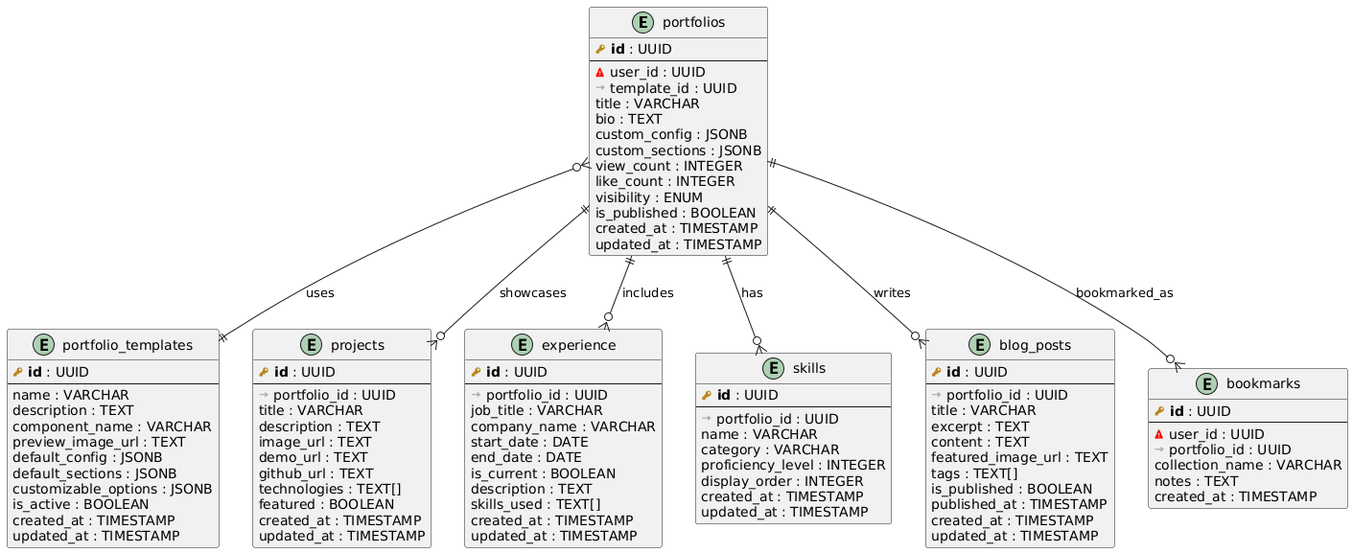
This is database/diagrams/portfolio_service_UML.png from Cognizant-Summer-Practice-2025/Cognizant-Summer-Practice, a PlantUML export, as it was before one commit.
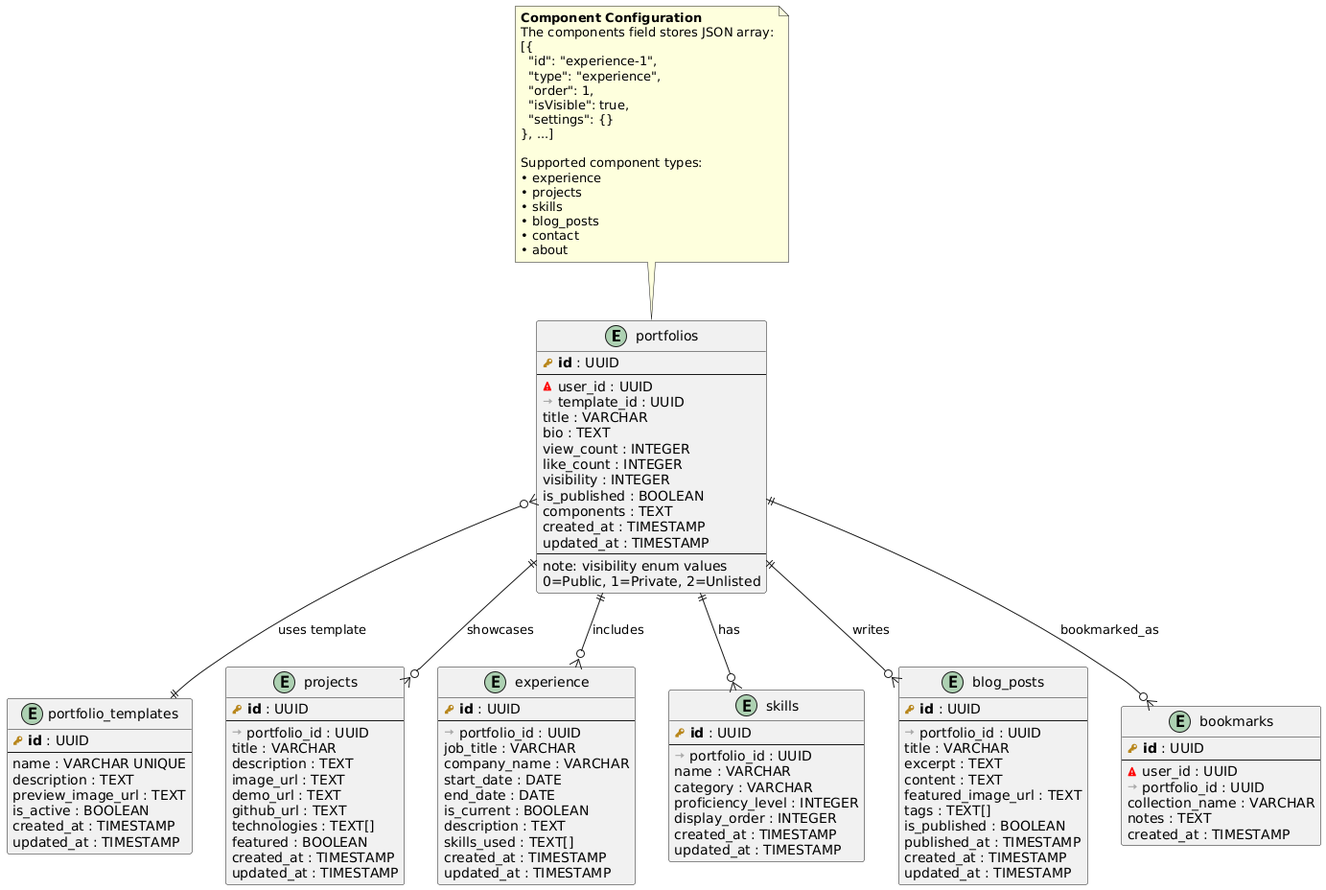
The same file after the commit.

Change to the diagram source:
```diff
@@ -2,6 +2,7 @@
 !define PRIMARY_KEY(x) <b><color:#b8861b><&key></color> x</b>
 !define FOREIGN_KEY(x) <color:#aaaaaa><&arrow-right></color> x
 !define EXTERNAL_REF(x) <color:#red><&warning></color> x
+
 
 entity "portfolios" as portfolios {
   PRIMARY_KEY(id) : UUID
@@ -10,26 +11,24 @@
   FOREIGN_KEY(template_id) : UUID
   title : VARCHAR
   bio : TEXT
-  custom_config : JSONB
-  custom_sections : JSONB
   view_count : INTEGER
   like_count : INTEGER
-  visibility : ENUM
+  visibility : INTEGER
   is_published : BOOLEAN
+  components : TEXT
   created_at : TIMESTAMP
   updated_at : TIMESTAMP
+  --
+  note: visibility enum values
+  0=Public, 1=Private, 2=Unlisted
 }
 
 entity "portfolio_templates" as templates {
   PRIMARY_KEY(id) : UUID
   --
-  name : VARCHAR
+  name : VARCHAR UNIQUE
   description : TEXT
-  component_name : VARCHAR
   preview_image_url : TEXT
-  default_config : JSONB
-  default_sections : JSONB
-  customizable_options : JSONB
   is_active : BOOLEAN
   created_at : TIMESTAMP
   updated_at : TIMESTAMP
@@ -102,7 +101,9 @@
   created_at : TIMESTAMP
 }
 
-portfolios }o--|| templates : "uses"
+note top of portfolios : **Component Configuration**\nThe components field stores JSON array:\n[{\n  "id": "experience-1",\n  "type": "experience",\n  "order": 1,\n  "isVisible": true,\n  "settings": {}\n}, ...]\n\nSupported component types:\n• experience\n• projects\n• skills\n• blog_posts\n• contact\n• about
+
+portfolios }o--|| templates : "uses template"
 portfolios ||--o{ projects : "showcases"
 portfolios ||--o{ experience : "includes"
 portfolios ||--o{ skills : "has"
```
